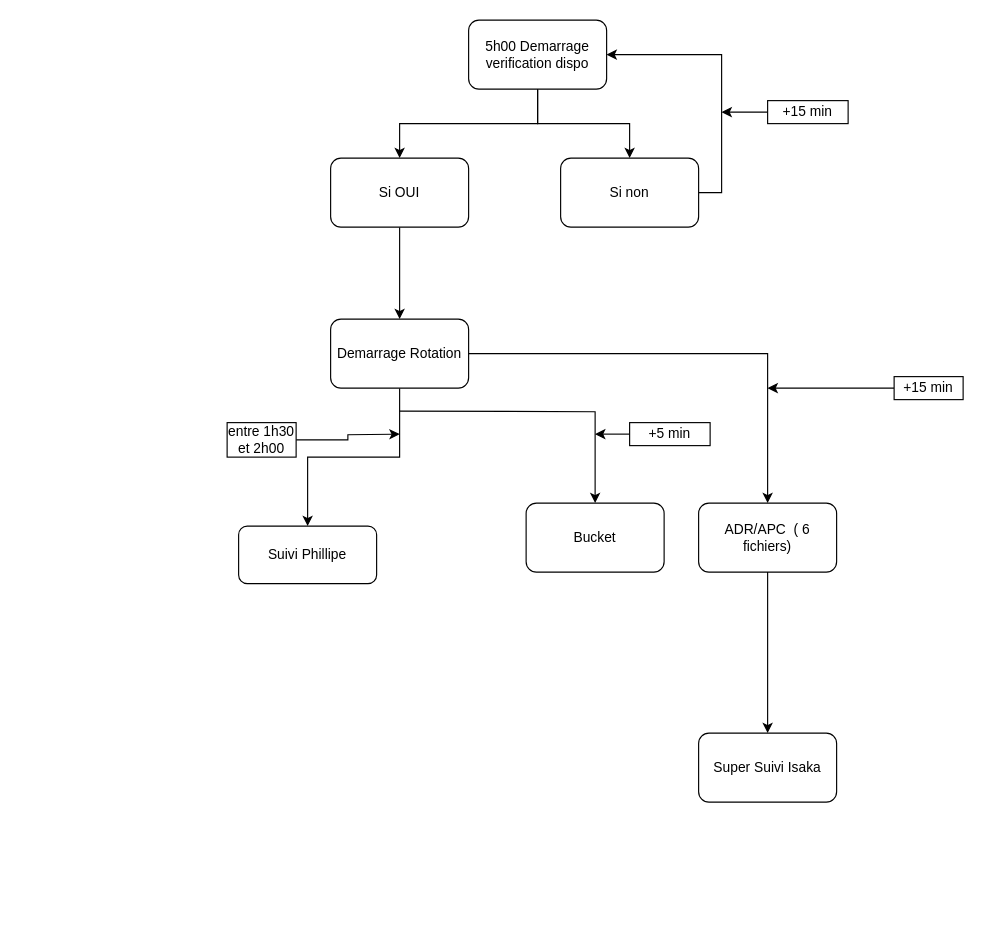
This is reccible.drawio from galawin59/Brief, a draw.io file, before an edit. Source tidied: cells renumbered, new cells numbered last; positions are measured from the earlier drawing's top-left corner, leaving out a move shared by most shapes. Both pictures are drawn from the tidied source at 115%, with x=0, y=0 at pixel (227, 20).
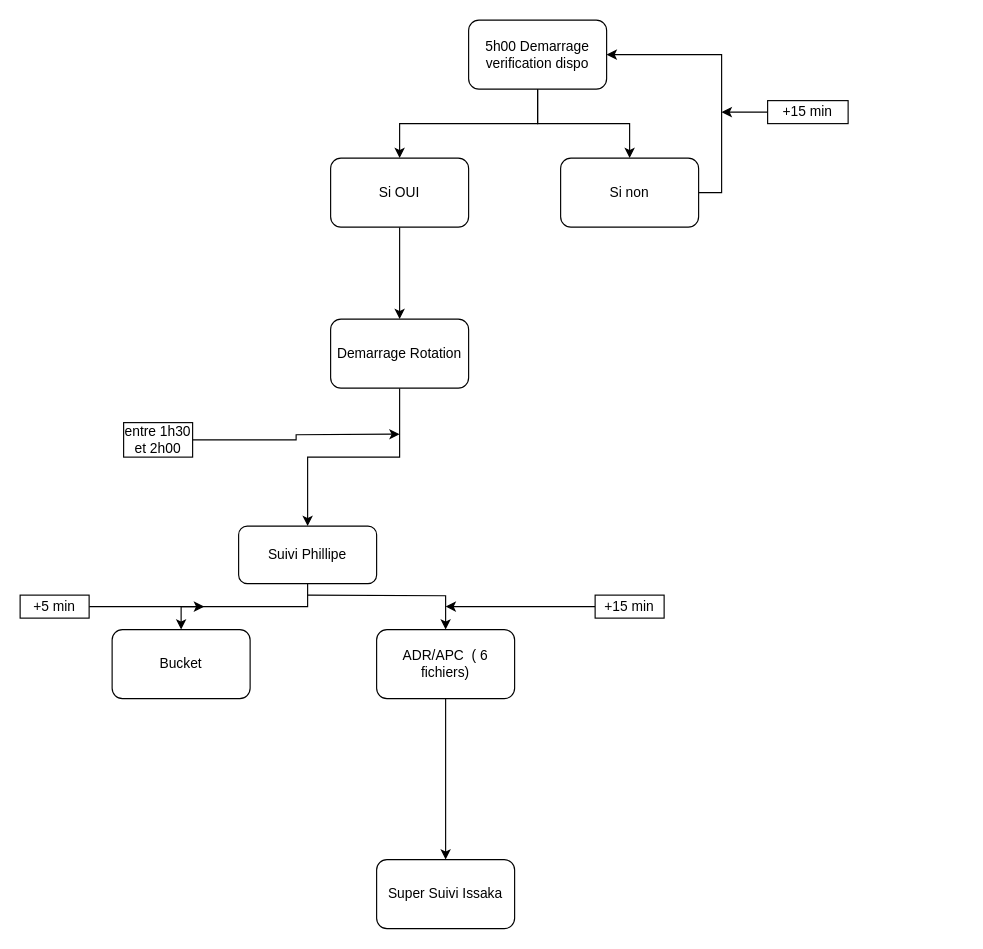
The same page after the edit.

Commit message (it also covers changes not shown here):
Mettre à jour reccible.drawio

The change refers to these unchanged cells:
```xml
<mxCell id="7" value="Demarrage Rotation" style="whiteSpace=wrap;html=1;rounded=1;" parent="1" vertex="1">
  <mxGeometry x="90" y="260" width="120" height="60" as="geometry" />
</mxCell>
<mxCell id="13" value="Suivi Phillipe" style="rounded=1;whiteSpace=wrap;html=1;" parent="1" vertex="1">
  <mxGeometry x="10" y="440" width="120" height="50" as="geometry" />
</mxCell>
```

The edit, as a diff of the source:
```diff
@@
+    <mxCell id="26" style="edgeStyle=orthogonalEdgeStyle;rounded=0;jettySize=auto;html=1;exitX=0.5;exitY=1;exitDx=0;exitDy=0;entryX=0.5;entryY=0;entryDx=0;entryDy=0;" parent="1" edge="1" source="13" target="17">
+      <mxGeometry relative="1" as="geometry">
+        <Array as="points">
+          <mxPoint x="70" y="510" />
+          <mxPoint x="-40" y="510" />
+        </Array>
+      </mxGeometry>
+    </mxCell>
@@
     <mxCell id="15" value="entre 1h30 et 2h00" style="rounded=0;whiteSpace=wrap;html=1;" parent="1" vertex="1">
-      <mxGeometry y="350" width="60" height="30" as="geometry" />
+      <mxGeometry x="-90" y="350" width="60" height="30" as="geometry" />
     </mxCell>
-    <mxCell id="16" style="edgeStyle=orthogonalEdgeStyle;rounded=0;jettySize=auto;html=1;exitX=0.5;exitY=0;exitDx=0;exitDy=0;entryX=0.5;entryY=0;entryDx=0;entryDy=0;" parent="1" edge="1" target="17">
-      <mxGeometry relative="1" as="geometry">
-        <mxPoint x="150" y="340" as="sourcePoint" />
-      </mxGeometry>
-    </mxCell>
     <mxCell id="17" value="Bucket" style="rounded=1;whiteSpace=wrap;html=1;" parent="1" vertex="1">
-      <mxGeometry x="260" y="420" width="120" height="60" as="geometry" />
+      <mxGeometry x="-100" y="530" width="120" height="60" as="geometry" />
     </mxCell>
-    <mxCell id="18" style="edgeStyle=orthogonalEdgeStyle;rounded=0;jettySize=auto;html=1;entryX=0.5;entryY=0;entryDx=0;entryDy=0;" parent="1" edge="1" source="7" target="20">
-      <mxGeometry relative="1" as="geometry" />
-    </mxCell>
@@
+    <mxCell id="27" style="edgeStyle=orthogonalEdgeStyle;rounded=0;jettySize=auto;html=1;" parent="1" edge="1" target="20">
+      <mxGeometry relative="1" as="geometry">
+        <mxPoint x="70" y="500" as="sourcePoint" />
+      </mxGeometry>
+    </mxCell>
     <mxCell id="20" value="ADR/APC&amp;nbsp; ( 6 fichiers)" style="rounded=1;whiteSpace=wrap;html=1;" parent="1" vertex="1">
-      <mxGeometry x="410" y="420" width="120" height="60" as="geometry" />
+      <mxGeometry x="130" y="530" width="120" height="60" as="geometry" />
     </mxCell>
-    <mxCell id="21" value="Super Suivi Isaka" style="whiteSpace=wrap;html=1;rounded=1;" parent="1" vertex="1">
-      <mxGeometry x="410" y="620" width="120" height="60" as="geometry" />
+    <mxCell id="21" value="Super Suivi Issaka" style="whiteSpace=wrap;html=1;rounded=1;" parent="1" vertex="1">
+      <mxGeometry x="130" y="730" width="120" height="60" as="geometry" />
     </mxCell>
-    <mxCell id="22" style="edgeStyle=orthogonalEdgeStyle;rounded=0;jettySize=auto;html=1;" parent="1" edge="1" source="23">
-      <mxGeometry relative="1" as="geometry">
-        <mxPoint x="470" y="320" as="targetPoint" />
-      </mxGeometry>
-    </mxCell>
+    <mxCell id="28" style="edgeStyle=orthogonalEdgeStyle;rounded=0;jettySize=auto;html=1;" parent="1" edge="1" source="23">
+      <mxGeometry relative="1" as="geometry">
+        <mxPoint x="190" y="510" as="targetPoint" />
+      </mxGeometry>
+    </mxCell>
     <mxCell id="23" value="+15 min" style="rounded=0;whiteSpace=wrap;html=1;" parent="1" vertex="1">
-      <mxGeometry x="580" y="310" width="60" height="20" as="geometry" />
+      <mxGeometry x="320" y="500" width="60" height="20" as="geometry" />
     </mxCell>
-    <mxCell id="24" style="edgeStyle=orthogonalEdgeStyle;rounded=0;jettySize=auto;html=1;" parent="1" edge="1" source="25">
-      <mxGeometry relative="1" as="geometry">
-        <mxPoint x="320" y="360" as="targetPoint" />
-      </mxGeometry>
-    </mxCell>
+    <mxCell id="29" style="edgeStyle=orthogonalEdgeStyle;rounded=0;jettySize=auto;html=1;" parent="1" edge="1" source="25">
+      <mxGeometry relative="1" as="geometry">
+        <mxPoint x="-20" y="510" as="targetPoint" />
+      </mxGeometry>
+    </mxCell>
     <mxCell id="25" value="+5 min" style="rounded=0;whiteSpace=wrap;html=1;" parent="1" vertex="1">
-      <mxGeometry x="350" y="350" width="70" height="20" as="geometry" />
+      <mxGeometry x="-180" y="500" width="60" height="20" as="geometry" />
     </mxCell>
```
